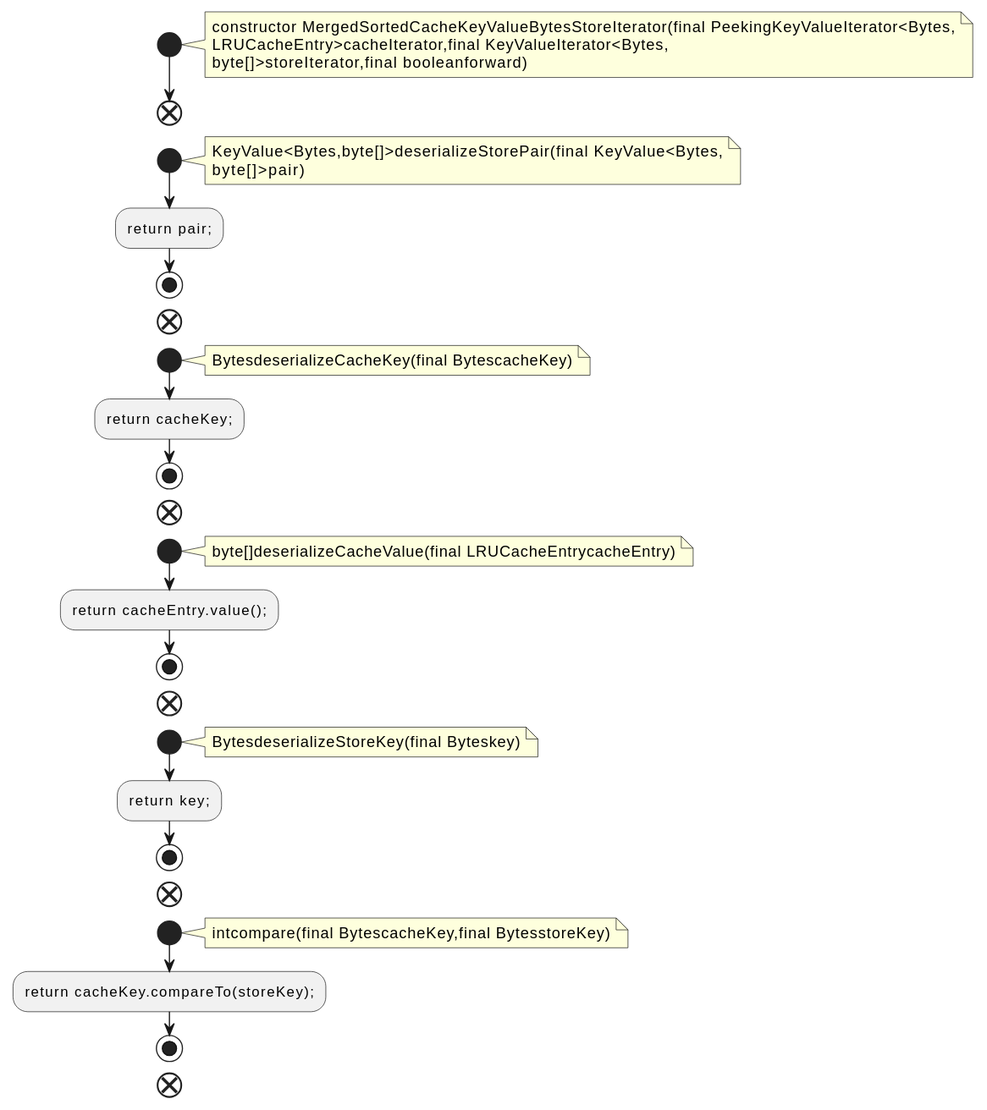
Earlier version of the PlantUML export docs/qc/streams/src/main/java/org/apache/kafka/streams/state/internals/MergedSortedCacheKeyValueBytesStoreIterator.java.fct.svg (qualitesys/kafka).
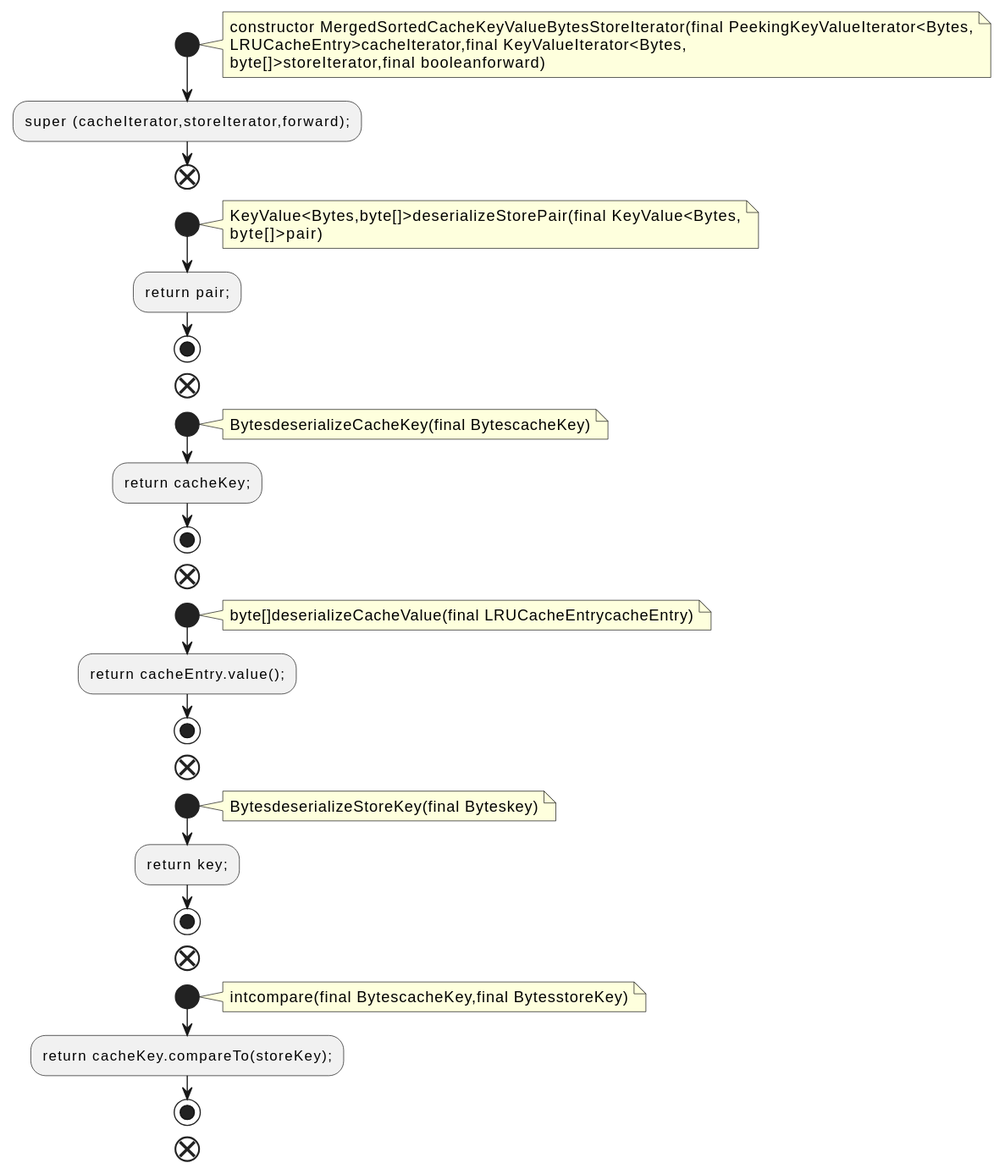
Later version of the same file.

The edit, as a diff of the source:
```diff
@@ -6,6 +6,7 @@
 LRUCacheEntry>cacheIterator,final KeyValueIterator<Bytes,
 byte[]>storeIterator,final booleanforward)
 end note
+:super (cacheIterator,storeIterator,forward);;
 end
 start
 note right
```
